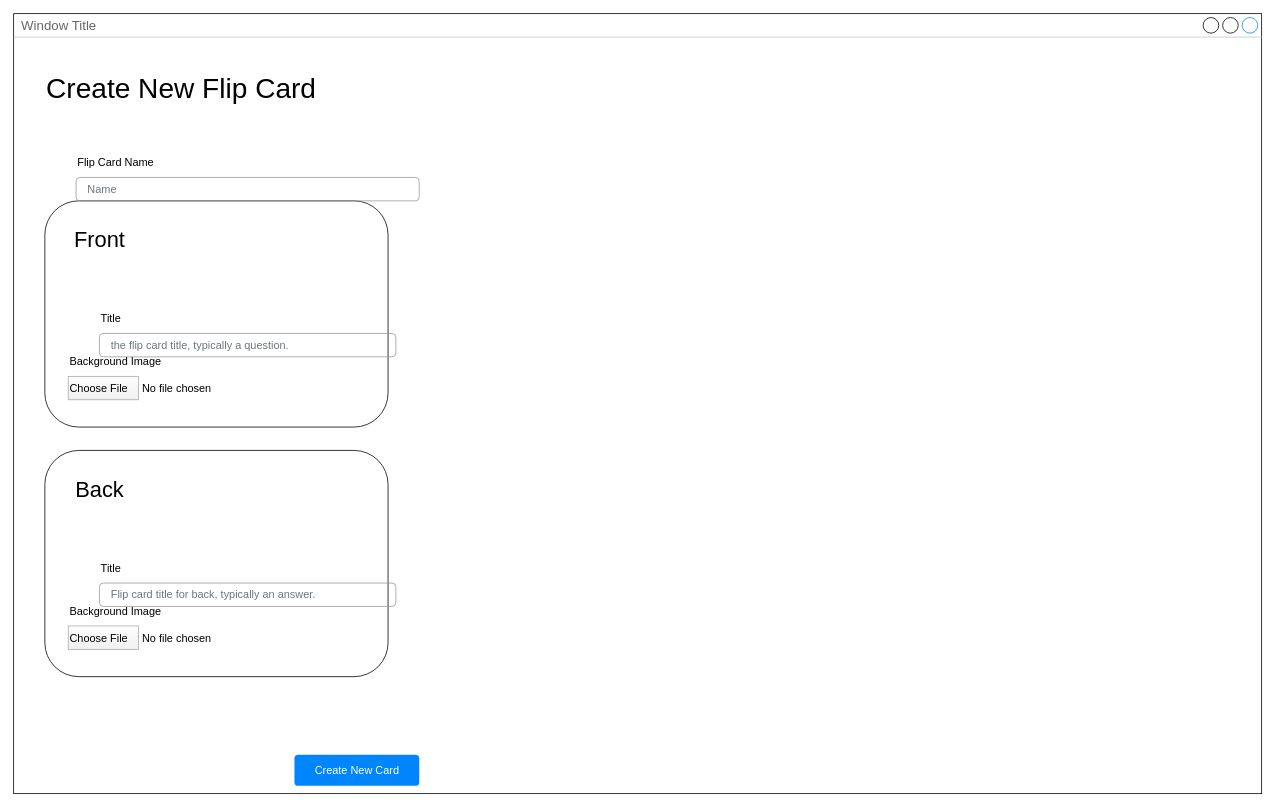
Above: FlipCards.drawio in mannyyang/content-experiences (draw.io), before the change. Source tidied: cells renumbered, new cells numbered last; positions are measured from the earlier drawing's top-left corner, leaving out a move shared by most shapes. Both pictures are drawn from the tidied source at 78%, with x=0, y=0 at pixel (13, 13).
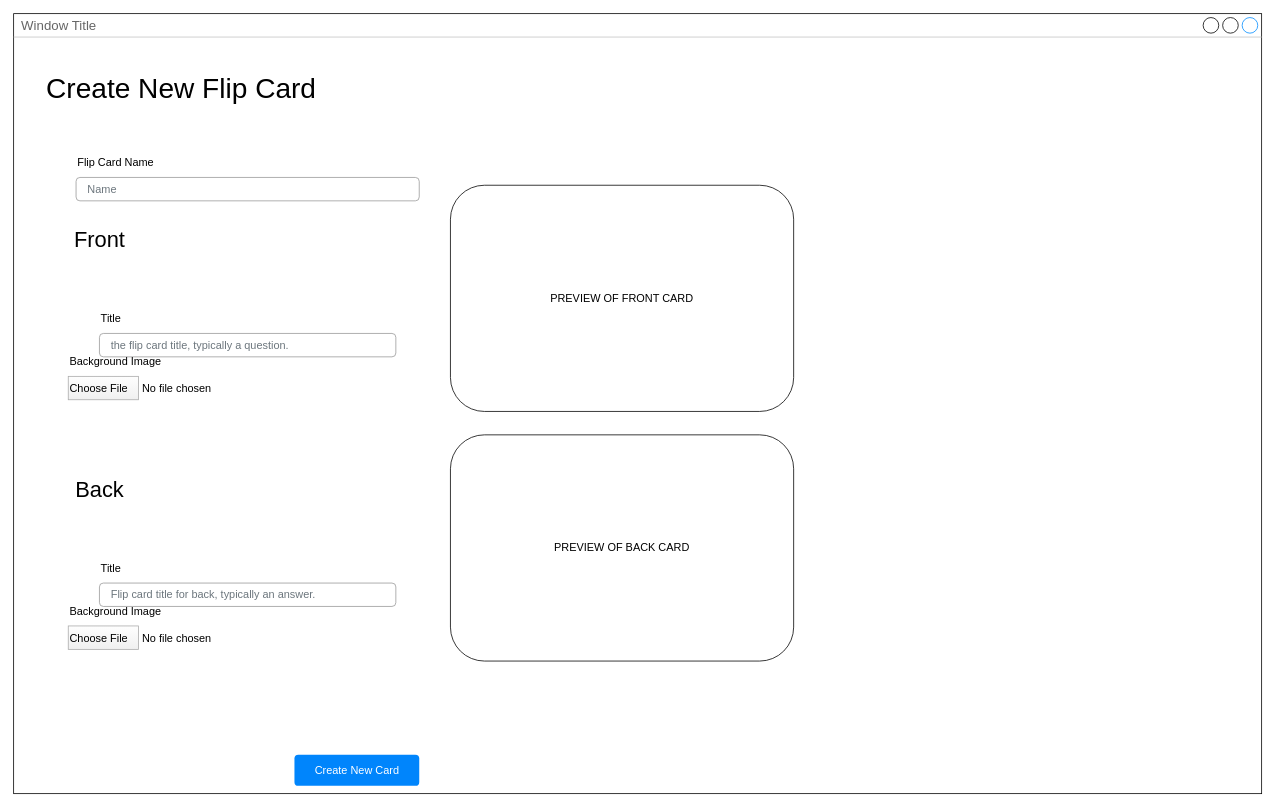
The same page after the edit.

What changed in the source:
```diff
@@
-    <mxCell id="4" style="rounded=1;whiteSpace=wrap;html=1;fontSize=14;align=left;" parent="1" vertex="1">
-      <mxGeometry x="40" y="240" width="440" height="290" as="geometry" />
+    <mxCell id="4" value="PREVIEW OF FRONT CARD" style="rounded=1;whiteSpace=wrap;html=1;fontSize=14;align=center;" parent="1" vertex="1">
+      <mxGeometry x="560" y="220" width="440" height="290" as="geometry" />
     </mxCell>
@@
-    <mxCell id="12" style="rounded=1;whiteSpace=wrap;html=1;fontSize=14;align=left;" parent="1" vertex="1">
-      <mxGeometry x="40" y="560" width="440" height="290" as="geometry" />
+    <mxCell id="12" value="PREVIEW OF BACK CARD" style="rounded=1;whiteSpace=wrap;html=1;fontSize=14;align=center;" parent="1" vertex="1">
+      <mxGeometry x="560" y="540" width="440" height="290" as="geometry" />
     </mxCell>
```
